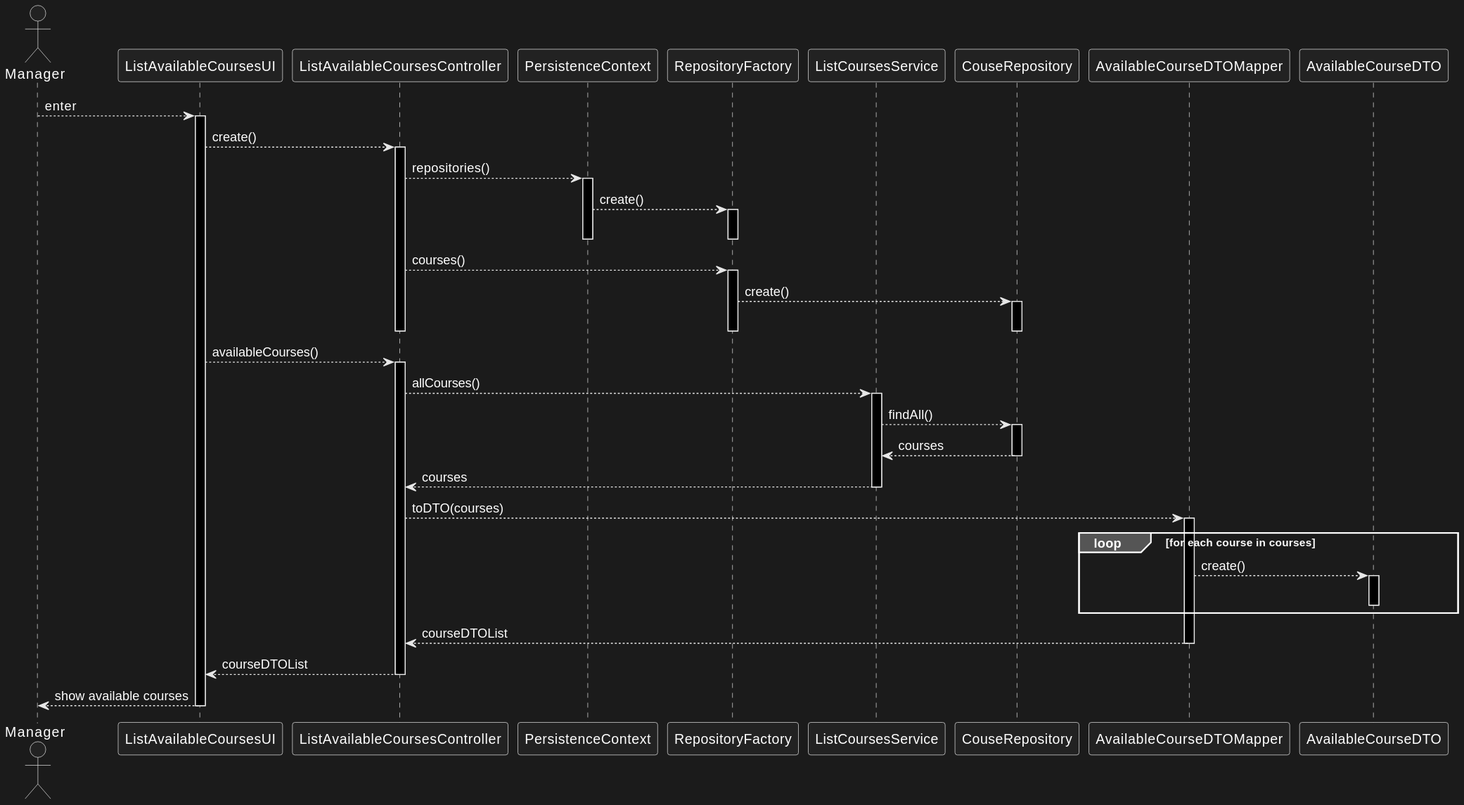
Earlier version of the PlantUML export docs/us_1006/sd-manager.svg (jovami/isep-lapr4).
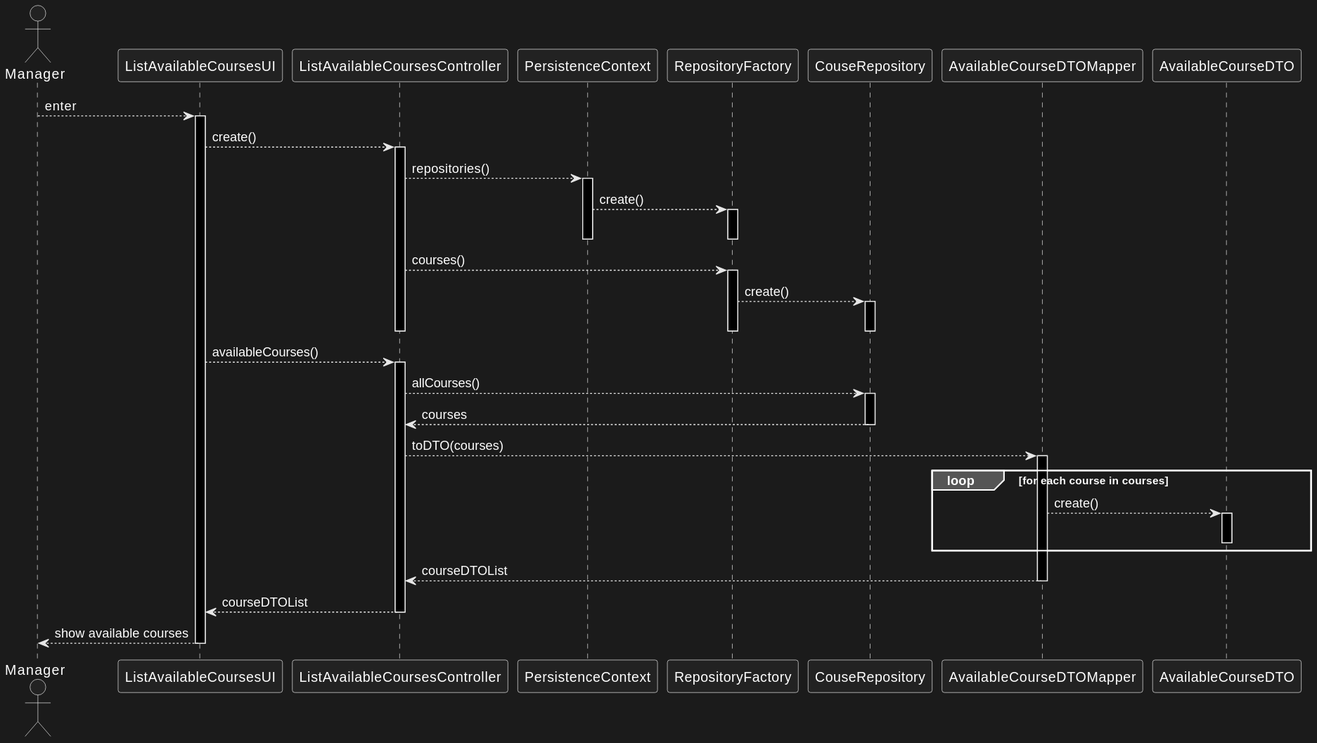
Later version of the same file.

Diff of the diagram source:
```diff
@@ -6,12 +6,10 @@
 participant PersistenceContext as ctx
 participant RepositoryFactory as rep_fac
 
-participant ListCoursesService as svc
 participant CouseRepository as repo
 
 participant AvailableCourseDTOMapper as mapper
 participant AvailableCourseDTO as dto
-
 
 user --> ui : enter
 
@@ -35,15 +33,10 @@
 
     ui --> ctrl : availableCourses()
     activate ctrl
-        ctrl --> svc : allCourses()
-        activate svc
-            svc --> repo : findAll()
-            activate repo
-                repo --> svc : courses
-            deactivate repo
-
-            svc --> ctrl : courses
-        deactivate svc
+        ctrl --> repo : allCourses()
+        activate repo
+            repo --> ctrl : courses
+        deactivate repo
 
         ctrl --> mapper: toDTO(courses)
         activate mapper
```
